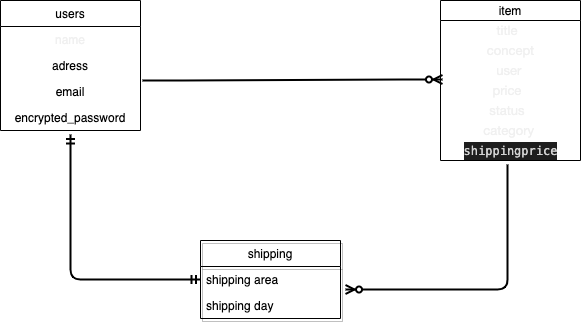
Before: app/furima.png, a diagram exported from draw.io (maru3kaku/furima38498). Source tidied: cells renumbered, new cells last; positions are measured from the earlier drawing's top-left corner, leaving out a move shared by most shapes.
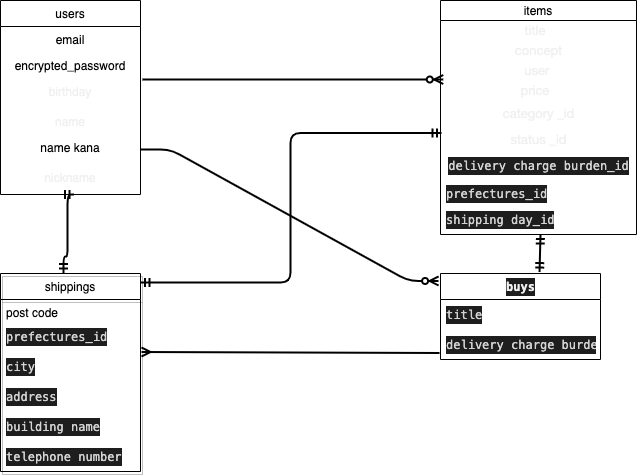
Above is the later version.

The edit, as a diff of the source:
```diff
@@ -3,65 +3,116 @@
     <mxCell id="0" />
     <mxCell id="1" parent="0" />
     <mxCell id="2" value="users" style="swimlane;fontStyle=0;horizontal=1;startSize=26;fillColor=none;" parent="1" vertex="1">
-      <mxGeometry width="140" height="130" as="geometry" />
+      <mxGeometry width="140" height="194" as="geometry" />
     </mxCell>
+    <mxCell id="5" value="email" style="text;strokeColor=none;fillColor=none;align=center;verticalAlign=top;spacingLeft=4;spacingRight=4;overflow=hidden;points=[[0,0.5],[1,0.5]];portConstraint=eastwest;" parent="2" vertex="1">
+      <mxGeometry y="26" width="140" height="26" as="geometry" />
+    </mxCell>
+    <mxCell id="6" value="encrypted_password" style="text;strokeColor=none;fillColor=none;align=center;verticalAlign=top;spacingLeft=4;spacingRight=4;overflow=hidden;points=[[0,0.5],[1,0.5]];portConstraint=eastwest;" parent="2" vertex="1">
+      <mxGeometry y="52" width="140" height="26" as="geometry" />
+    </mxCell>
+    <mxCell id="21" value="birthday" style="text;strokeColor=none;fillColor=none;spacingLeft=4;spacingRight=4;overflow=hidden;fontSize=12;fontFamily=Helvetica;fontColor=#F0F0F0;html=1;align=center;" parent="2" vertex="1">
+      <mxGeometry y="78" width="140" height="30" as="geometry" />
+    </mxCell>
     <mxCell id="3" value="name&#10;" style="text;strokeColor=none;fillColor=none;align=center;verticalAlign=top;spacingLeft=4;spacingRight=4;overflow=hidden;fontColor=#F0F0F0;" parent="2" vertex="1">
-      <mxGeometry y="26" width="140" height="26" as="geometry" />
+      <mxGeometry y="108" width="140" height="26" as="geometry" />
     </mxCell>
-    <mxCell id="4" value="adress" style="text;strokeColor=none;fillColor=none;align=center;verticalAlign=top;spacingLeft=4;spacingRight=4;overflow=hidden;points=[[0,0.5],[1,0.5]];portConstraint=eastwest;" parent="2" vertex="1">
-      <mxGeometry y="52" width="140" height="26" as="geometry" />
+    <mxCell id="4" value="name kana" style="text;strokeColor=none;fillColor=none;align=center;verticalAlign=top;spacingLeft=4;spacingRight=4;overflow=hidden;points=[[0,0.5],[1,0.5]];portConstraint=eastwest;" parent="2" vertex="1">
+      <mxGeometry y="134" width="140" height="30" as="geometry" />
     </mxCell>
-    <mxCell id="5" value="email" style="text;strokeColor=none;fillColor=none;align=center;verticalAlign=top;spacingLeft=4;spacingRight=4;overflow=hidden;points=[[0,0.5],[1,0.5]];portConstraint=eastwest;" parent="2" vertex="1">
-      <mxGeometry y="78" width="140" height="26" as="geometry" />
-    </mxCell>
-    <mxCell id="6" value="encrypted_password" style="text;strokeColor=none;fillColor=none;align=center;verticalAlign=top;spacingLeft=4;spacingRight=4;overflow=hidden;points=[[0,0.5],[1,0.5]];portConstraint=eastwest;" parent="2" vertex="1">
-      <mxGeometry y="104" width="140" height="26" as="geometry" />
-    </mxCell>
+    <mxCell id="22" value="nickname&lt;br&gt;" style="text;strokeColor=none;fillColor=none;spacingLeft=4;spacingRight=4;overflow=hidden;fontSize=12;fontFamily=Helvetica;fontColor=#F0F0F0;html=1;align=center;" parent="2" vertex="1">
+      <mxGeometry y="164" width="140" height="30" as="geometry" />
+    </mxCell>
-    <mxCell id="7" value="item" style="swimlane;fontStyle=0;horizontal=1;startSize=20;fillColor=none;" parent="1" vertex="1">
-      <mxGeometry x="440" width="140" height="160" as="geometry" />
+    <mxCell id="7" value="items" style="swimlane;fontStyle=0;horizontal=1;startSize=20;fillColor=none;" parent="1" vertex="1">
+      <mxGeometry x="440" width="196" height="234" as="geometry" />
     </mxCell>
     <mxCell id="8" value="&lt;p class=&quot;p1&quot; style=&quot;margin: 0px; font-stretch: normal; font-size: 13px; line-height: normal; font-family: &amp;quot;helvetica neue&amp;quot;;&quot;&gt;title &lt;span class=&quot;Apple-converted-space&quot;&gt;&amp;nbsp;&lt;/span&gt;&lt;/p&gt;" style="text;html=1;align=center;verticalAlign=middle;strokeColor=none;fillColor=none;fontSize=12;fontFamily=Helvetica;fontColor=#F0F0F0;" parent="7" vertex="1">
-      <mxGeometry y="20" width="140" height="20" as="geometry" />
+      <mxGeometry y="20" width="196" height="20" as="geometry" />
     </mxCell>
     <mxCell id="9" value="&lt;p class=&quot;p1&quot; style=&quot;margin: 0px; font-stretch: normal; font-size: 13px; line-height: normal; font-family: &amp;quot;helvetica neue&amp;quot;;&quot;&gt;concept&lt;/p&gt;" style="text;html=1;align=center;verticalAlign=middle;strokeColor=none;fillColor=none;fontSize=12;fontFamily=Helvetica;fontColor=#F0F0F0;" parent="7" vertex="1">
-      <mxGeometry y="40" width="140" height="20" as="geometry" />
+      <mxGeometry y="40" width="196" height="20" as="geometry" />
     </mxCell>
     <mxCell id="10" value="&lt;p class=&quot;p1&quot; style=&quot;margin: 0px; font-stretch: normal; font-size: 13px; line-height: normal; font-family: &amp;quot;helvetica neue&amp;quot;;&quot;&gt;user&lt;span class=&quot;Apple-converted-space&quot;&gt;&amp;nbsp;&lt;/span&gt;&lt;/p&gt;" style="text;html=1;align=center;verticalAlign=middle;strokeColor=none;fillColor=none;fontSize=12;fontFamily=Helvetica;fontColor=#F0F0F0;" parent="7" vertex="1">
-      <mxGeometry y="60" width="140" height="20" as="geometry" />
+      <mxGeometry y="60" width="196" height="20" as="geometry" />
     </mxCell>
     <mxCell id="11" value="&lt;p class=&quot;p1&quot; style=&quot;margin: 0px; font-stretch: normal; font-size: 13px; line-height: normal; font-family: &amp;quot;helvetica neue&amp;quot;;&quot;&gt;price &lt;span class=&quot;Apple-converted-space&quot;&gt;&amp;nbsp;&lt;/span&gt;&lt;/p&gt;" style="text;html=1;align=center;verticalAlign=middle;points=[];strokeColor=none;fillColor=none;fontSize=12;fontFamily=Helvetica;fontColor=#F0F0F0;" parent="7" vertex="1">
-      <mxGeometry y="80" width="140" height="20" as="geometry" />
+      <mxGeometry y="80" width="196" height="20" as="geometry" />
     </mxCell>
+    <mxCell id="13" value="&lt;p class=&quot;p1&quot; style=&quot;margin: 0px ; font-stretch: normal ; font-size: 13px ; line-height: normal ; font-family: &amp;#34;helvetica neue&amp;#34;&quot;&gt;category&lt;span class=&quot;Apple-converted-space&quot;&gt;&amp;nbsp;_id&lt;/span&gt;&lt;/p&gt;" style="text;html=1;align=center;verticalAlign=middle;strokeColor=none;fillColor=none;fontSize=12;fontFamily=Helvetica;fontColor=#F0F0F0;" parent="7" vertex="1">
+      <mxGeometry y="100" width="196" height="26" as="geometry" />
+    </mxCell>
-    <mxCell id="12" value="&lt;p class=&quot;p1&quot; style=&quot;margin: 0px; font-stretch: normal; font-size: 13px; line-height: normal; font-family: &amp;quot;helvetica neue&amp;quot;;&quot;&gt;status &lt;span class=&quot;Apple-converted-space&quot;&gt;&amp;nbsp;&lt;/span&gt;&lt;/p&gt;" style="text;html=1;align=center;verticalAlign=middle;points=[];strokeColor=none;fillColor=none;fontSize=12;fontFamily=Helvetica;fontColor=#F0F0F0;" parent="7" vertex="1">
-      <mxGeometry y="100" width="140" height="20" as="geometry" />
+    <mxCell id="12" value="&lt;p class=&quot;p1&quot; style=&quot;margin: 0px ; font-stretch: normal ; font-size: 13px ; line-height: normal ; font-family: &amp;#34;helvetica neue&amp;#34;&quot;&gt;status _id&lt;/p&gt;" style="text;html=1;align=center;verticalAlign=middle;points=[];strokeColor=none;fillColor=none;fontSize=12;fontFamily=Helvetica;fontColor=#F0F0F0;" parent="7" vertex="1">
+      <mxGeometry y="126" width="196" height="26" as="geometry" />
     </mxCell>
-    <mxCell id="13" value="&lt;p class=&quot;p1&quot; style=&quot;margin: 0px; font-stretch: normal; font-size: 13px; line-height: normal; font-family: &amp;quot;helvetica neue&amp;quot;;&quot;&gt;category&lt;span class=&quot;Apple-converted-space&quot;&gt;&amp;nbsp;&lt;/span&gt;&lt;/p&gt;" style="text;html=1;align=center;verticalAlign=middle;strokeColor=none;fillColor=none;fontSize=12;fontFamily=Helvetica;fontColor=#F0F0F0;" parent="7" vertex="1">
-      <mxGeometry y="120" width="140" height="20" as="geometry" />
-    </mxCell>
-    <mxCell id="14" value="&lt;div style=&quot;color: rgb(212 , 212 , 212) ; background-color: rgb(30 , 30 , 30) ; font-family: &amp;#34;menlo&amp;#34; , &amp;#34;monaco&amp;#34; , &amp;#34;courier new&amp;#34; , monospace ; line-height: 18px&quot;&gt;shippingprice&lt;/div&gt;" style="text;html=1;align=center;verticalAlign=middle;points=[];strokeColor=none;fillColor=none;fontSize=12;fontFamily=Helvetica;fontColor=#F0F0F0;" parent="7" vertex="1">
-      <mxGeometry y="140" width="140" height="20" as="geometry" />
+    <mxCell id="14" value="&lt;div style=&quot;color: rgb(212 , 212 , 212) ; background-color: rgb(30 , 30 , 30) ; font-family: &amp;#34;menlo&amp;#34; , &amp;#34;monaco&amp;#34; , &amp;#34;courier new&amp;#34; , monospace ; line-height: 18px&quot;&gt;&lt;div style=&quot;font-family: &amp;#34;menlo&amp;#34; , &amp;#34;monaco&amp;#34; , &amp;#34;courier new&amp;#34; , monospace ; line-height: 18px&quot;&gt;delivery charge burden_id&lt;/div&gt;&lt;/div&gt;" style="text;html=1;align=center;verticalAlign=middle;points=[];strokeColor=none;fillColor=none;fontSize=12;fontFamily=Helvetica;fontColor=#F0F0F0;" parent="7" vertex="1">
+      <mxGeometry y="152" width="196" height="26" as="geometry" />
     </mxCell>
+    <mxCell id="23" value="&lt;div style=&quot;color: rgb(212 , 212 , 212) ; background-color: rgb(30 , 30 , 30) ; font-family: &amp;#34;menlo&amp;#34; , &amp;#34;monaco&amp;#34; , &amp;#34;courier new&amp;#34; , monospace ; line-height: 18px&quot;&gt;prefectures_id&lt;/div&gt;" style="text;strokeColor=none;fillColor=none;spacingLeft=4;spacingRight=4;overflow=hidden;fontSize=12;fontFamily=Helvetica;fontColor=#F0F0F0;html=1;" parent="7" vertex="1">
+      <mxGeometry y="178" width="196" height="26" as="geometry" />
+    </mxCell>
+    <mxCell id="24" value="&lt;div style=&quot;color: rgb(212 , 212 , 212) ; background-color: rgb(30 , 30 , 30) ; font-family: &amp;#34;menlo&amp;#34; , &amp;#34;monaco&amp;#34; , &amp;#34;courier new&amp;#34; , monospace ; line-height: 18px&quot;&gt;shipping day_id&lt;/div&gt;" style="text;strokeColor=none;fillColor=none;spacingLeft=4;spacingRight=4;overflow=hidden;fontSize=12;fontFamily=Helvetica;fontColor=#F0F0F0;html=1;" parent="7" vertex="1">
+      <mxGeometry y="204" width="196" height="30" as="geometry" />
+    </mxCell>
-    <mxCell id="15" value="shipping" style="swimlane;fontStyle=0;horizontal=1;startSize=26;fillColor=none;shadow=1;" parent="1" vertex="1">
-      <mxGeometry x="200" y="240" width="140" height="78" as="geometry" />
+    <mxCell id="15" value="shippings" style="swimlane;fontStyle=0;horizontal=1;startSize=26;fillColor=none;shadow=1;" parent="1" vertex="1">
+      <mxGeometry y="273" width="140" height="198" as="geometry" />
     </mxCell>
-    <mxCell id="16" value="shipping area" style="text;strokeColor=none;fillColor=none;align=left;verticalAlign=top;spacingLeft=4;spacingRight=4;overflow=hidden;points=[[0,0.5],[1,0.5]];portConstraint=eastwest;" parent="15" vertex="1">
-      <mxGeometry y="26" width="140" height="26" as="geometry" />
-    </mxCell>
-    <mxCell id="17" value="shipping day" style="text;strokeColor=none;fillColor=none;align=left;verticalAlign=top;spacingLeft=4;spacingRight=4;overflow=hidden;points=[[0,0.5],[1,0.5]];portConstraint=eastwest;" parent="15" vertex="1">
-      <mxGeometry y="52" width="140" height="26" as="geometry" />
+    <mxCell id="17" value="post code" style="text;strokeColor=none;fillColor=none;align=left;verticalAlign=top;spacingLeft=4;spacingRight=4;overflow=hidden;points=[[0,0.5],[1,0.5]];portConstraint=eastwest;" parent="15" vertex="1">
+      <mxGeometry y="26" width="140" height="22" as="geometry" />
     </mxCell>
+    <mxCell id="25" value="&lt;div style=&quot;color: rgb(212 , 212 , 212) ; background-color: rgb(30 , 30 , 30) ; font-family: &amp;#34;menlo&amp;#34; , &amp;#34;monaco&amp;#34; , &amp;#34;courier new&amp;#34; , monospace ; line-height: 18px&quot;&gt;prefectures_id&lt;/div&gt;" style="text;strokeColor=none;fillColor=none;spacingLeft=4;spacingRight=4;overflow=hidden;fontSize=12;fontFamily=Helvetica;fontColor=#F0F0F0;html=1;" parent="15" vertex="1">
+      <mxGeometry y="48" width="140" height="30" as="geometry" />
+    </mxCell>
+    <mxCell id="26" value="&lt;div style=&quot;color: rgb(212 , 212 , 212) ; background-color: rgb(30 , 30 , 30) ; font-family: &amp;#34;menlo&amp;#34; , &amp;#34;monaco&amp;#34; , &amp;#34;courier new&amp;#34; , monospace ; line-height: 18px&quot;&gt;city&lt;/div&gt;" style="text;strokeColor=none;fillColor=none;spacingLeft=4;spacingRight=4;overflow=hidden;points=[[0,0.5],[1,0.5]];portConstraint=eastwest;fontSize=12;fontFamily=Helvetica;fontColor=#F0F0F0;html=1;" parent="15" vertex="1">
+      <mxGeometry y="78" width="140" height="30" as="geometry" />
+    </mxCell>
+    <mxCell id="27" value="&lt;div style=&quot;color: rgb(212 , 212 , 212) ; background-color: rgb(30 , 30 , 30) ; font-family: &amp;#34;menlo&amp;#34; , &amp;#34;monaco&amp;#34; , &amp;#34;courier new&amp;#34; , monospace ; line-height: 18px&quot;&gt;address&lt;/div&gt;" style="text;strokeColor=none;fillColor=none;spacingLeft=4;spacingRight=4;overflow=hidden;fontSize=12;fontFamily=Helvetica;fontColor=#F0F0F0;html=1;" parent="15" vertex="1">
+      <mxGeometry y="108" width="140" height="30" as="geometry" />
+    </mxCell>
+    <mxCell id="28" value="&lt;div style=&quot;color: rgb(212 , 212 , 212) ; background-color: rgb(30 , 30 , 30) ; font-family: &amp;#34;menlo&amp;#34; , &amp;#34;monaco&amp;#34; , &amp;#34;courier new&amp;#34; , monospace ; line-height: 18px&quot;&gt;building name&lt;/div&gt;" style="text;strokeColor=none;fillColor=none;spacingLeft=4;spacingRight=4;overflow=hidden;fontSize=12;fontFamily=Helvetica;fontColor=#F0F0F0;html=1;" parent="15" vertex="1">
+      <mxGeometry y="138" width="140" height="30" as="geometry" />
+    </mxCell>
+    <mxCell id="29" value="&lt;meta charset=&quot;utf-8&quot;&gt;&lt;div style=&quot;color: rgb(212, 212, 212); background-color: rgb(30, 30, 30); font-family: menlo, monaco, &amp;quot;courier new&amp;quot;, monospace; font-weight: normal; font-size: 12px; line-height: 18px;&quot;&gt;&lt;div&gt;&lt;span style=&quot;color: #d4d4d4&quot;&gt;telephone number&lt;/span&gt;&lt;/div&gt;&lt;/div&gt;" style="text;strokeColor=none;fillColor=none;spacingLeft=4;spacingRight=4;overflow=hidden;fontSize=12;fontFamily=Helvetica;fontColor=#F0F0F0;html=1;" parent="15" vertex="1">
+      <mxGeometry y="168" width="140" height="30" as="geometry" />
+    </mxCell>
-    <mxCell id="18" style="edgeStyle=entityRelationEdgeStyle;fontSize=20;html=1;endArrow=ERzeroToMany;endFill=1;fontFamily=Helvetica;fontColor=#F0F0F0;exitX=1.014;exitY=0.077;exitDx=0;exitDy=0;exitPerimeter=0;entryX=0.014;entryY=-0.05;entryDx=0;entryDy=0;entryPerimeter=0;strokeWidth=2;" parent="1" edge="1" source="5" target="11">
-      <mxGeometry relative="1" as="geometry" />
+    <mxCell id="18" style="edgeStyle=entityRelationEdgeStyle;fontSize=20;html=1;endArrow=ERzeroToMany;endFill=1;fontFamily=Helvetica;fontColor=#F0F0F0;entryX=0.014;entryY=-0.05;entryDx=0;entryDy=0;entryPerimeter=0;strokeWidth=2;" parent="1" edge="1" target="11">
+      <mxGeometry relative="1" as="geometry">
+        <mxPoint x="142" y="79" as="sourcePoint" />
+      </mxGeometry>
     </mxCell>
-    <mxCell id="19" style="edgeStyle=orthogonalEdgeStyle;fontSize=20;html=1;endArrow=ERzeroToMany;endFill=1;fontFamily=Helvetica;fontColor=#F0F0F0;exitX=0.479;exitY=1.2;exitDx=0;exitDy=0;exitPerimeter=0;strokeWidth=2;entryX=1.036;entryY=-0.115;entryDx=0;entryDy=0;entryPerimeter=0;" parent="1" edge="1" source="14" target="17">
-      <mxGeometry relative="1" as="geometry" />
-    </mxCell>
-    <mxCell id="20" style="edgeStyle=orthogonalEdgeStyle;fontSize=12;html=1;endArrow=ERmandOne;startArrow=ERmandOne;fontFamily=Helvetica;fontColor=#F0F0F0;strokeWidth=2;exitX=0;exitY=0.5;exitDx=0;exitDy=0;entryX=0.5;entryY=1.154;entryDx=0;entryDy=0;entryPerimeter=0;" parent="1" edge="1" source="16" target="6">
+    <mxCell id="20" style="edgeStyle=orthogonalEdgeStyle;fontSize=12;html=1;endArrow=ERmandOne;startArrow=ERmandOne;fontFamily=Helvetica;fontColor=#F0F0F0;strokeWidth=2;exitX=0.45;exitY=-0.003;exitDx=0;exitDy=0;exitPerimeter=0;" parent="1" edge="1" source="15">
       <mxGeometry relative="1" as="geometry">
+        <mxPoint x="73.5" y="194" as="targetPoint" />
         <Array as="points">
-          <mxPoint x="70" y="279" />
+          <mxPoint x="63" y="256" />
+          <mxPoint x="67" y="256" />
+          <mxPoint x="67" y="194" />
         </Array>
       </mxGeometry>
     </mxCell>
+    <mxCell id="30" value="&lt;div style=&quot;background-color: rgb(30, 30, 30); font-family: menlo, monaco, &amp;quot;courier new&amp;quot;, monospace; font-size: 12px; line-height: 18px;&quot;&gt;&lt;span style=&quot;font-weight: bold;&quot;&gt;buys&lt;/span&gt;&lt;/div&gt;" style="swimlane;fontStyle=0;horizontal=1;startSize=26;align=center;fontSize=14;fontFamily=Helvetica;fontColor=#F0F0F0;fillColor=none;gradientColor=none;html=1;" parent="1" vertex="1">
+      <mxGeometry x="440" y="273" width="160" height="86" as="geometry" />
+    </mxCell>
+    <mxCell id="31" value="&lt;div style=&quot;color: rgb(212 , 212 , 212) ; background-color: rgb(30 , 30 , 30) ; font-family: &amp;#34;menlo&amp;#34; , &amp;#34;monaco&amp;#34; , &amp;#34;courier new&amp;#34; , monospace ; line-height: 18px&quot;&gt;title&lt;/div&gt;" style="text;strokeColor=none;fillColor=none;spacingLeft=4;spacingRight=4;overflow=hidden;fontSize=12;fontFamily=Helvetica;fontColor=#F0F0F0;html=1;" parent="30" vertex="1">
+      <mxGeometry y="26" width="160" height="30" as="geometry" />
+    </mxCell>
+    <mxCell id="32" value="&lt;div style=&quot;color: rgb(212 , 212 , 212) ; background-color: rgb(30 , 30 , 30) ; font-family: &amp;#34;menlo&amp;#34; , &amp;#34;monaco&amp;#34; , &amp;#34;courier new&amp;#34; , monospace ; line-height: 18px&quot;&gt;delivery charge burden_id&lt;/div&gt;" style="text;strokeColor=none;fillColor=none;spacingLeft=4;spacingRight=4;overflow=hidden;points=[[0,0.5],[1,0.5]];portConstraint=eastwest;fontSize=12;fontFamily=Helvetica;fontColor=#F0F0F0;html=1;" parent="30" vertex="1">
+      <mxGeometry y="56" width="160" height="30" as="geometry" />
+    </mxCell>
+    <mxCell id="33" style="fontSize=12;html=1;endArrow=ERmandOne;startArrow=ERmandOne;fontFamily=Helvetica;fontColor=#F0F0F0;strokeWidth=2;exitX=0.619;exitY=-0.017;exitDx=0;exitDy=0;exitPerimeter=0;" parent="30" edge="1" source="30">
+      <mxGeometry relative="1" as="geometry">
+        <mxPoint x="100" y="-39" as="targetPoint" />
+      </mxGeometry>
+    </mxCell>
+    <mxCell id="34" style="edgeStyle=entityRelationEdgeStyle;fontSize=12;html=1;endArrow=ERzeroToMany;endFill=1;fontFamily=Helvetica;fontColor=#F0F0F0;strokeWidth=2;exitX=1;exitY=0.5;exitDx=0;exitDy=0;entryX=-0.012;entryY=0.087;entryDx=0;entryDy=0;entryPerimeter=0;" parent="1" edge="1" source="4" target="30">
+      <mxGeometry relative="1" as="geometry" />
+    </mxCell>
+    <mxCell id="35" style="edgeStyle=elbowEdgeStyle;fontSize=12;html=1;endArrow=ERmandOne;startArrow=ERmandOne;fontFamily=Helvetica;fontColor=#F0F0F0;strokeWidth=2;entryX=0.005;entryY=0.25;entryDx=0;entryDy=0;entryPerimeter=0;" parent="1" edge="1" target="12">
+      <mxGeometry relative="1" as="geometry">
+        <mxPoint x="140" y="282" as="sourcePoint" />
+      </mxGeometry>
+    </mxCell>
+    <mxCell id="36" style="fontSize=12;html=1;endArrow=ERmany;fontFamily=Helvetica;fontColor=#F0F0F0;strokeWidth=2;entryX=1.007;entryY=0.017;entryDx=0;entryDy=0;entryPerimeter=0;exitX=-0.006;exitY=0.783;exitDx=0;exitDy=0;exitPerimeter=0;" parent="1" edge="1" source="32" target="26">
+      <mxGeometry relative="1" as="geometry" />
+    </mxCell>
   </root>
 </mxGraphModel>
```
